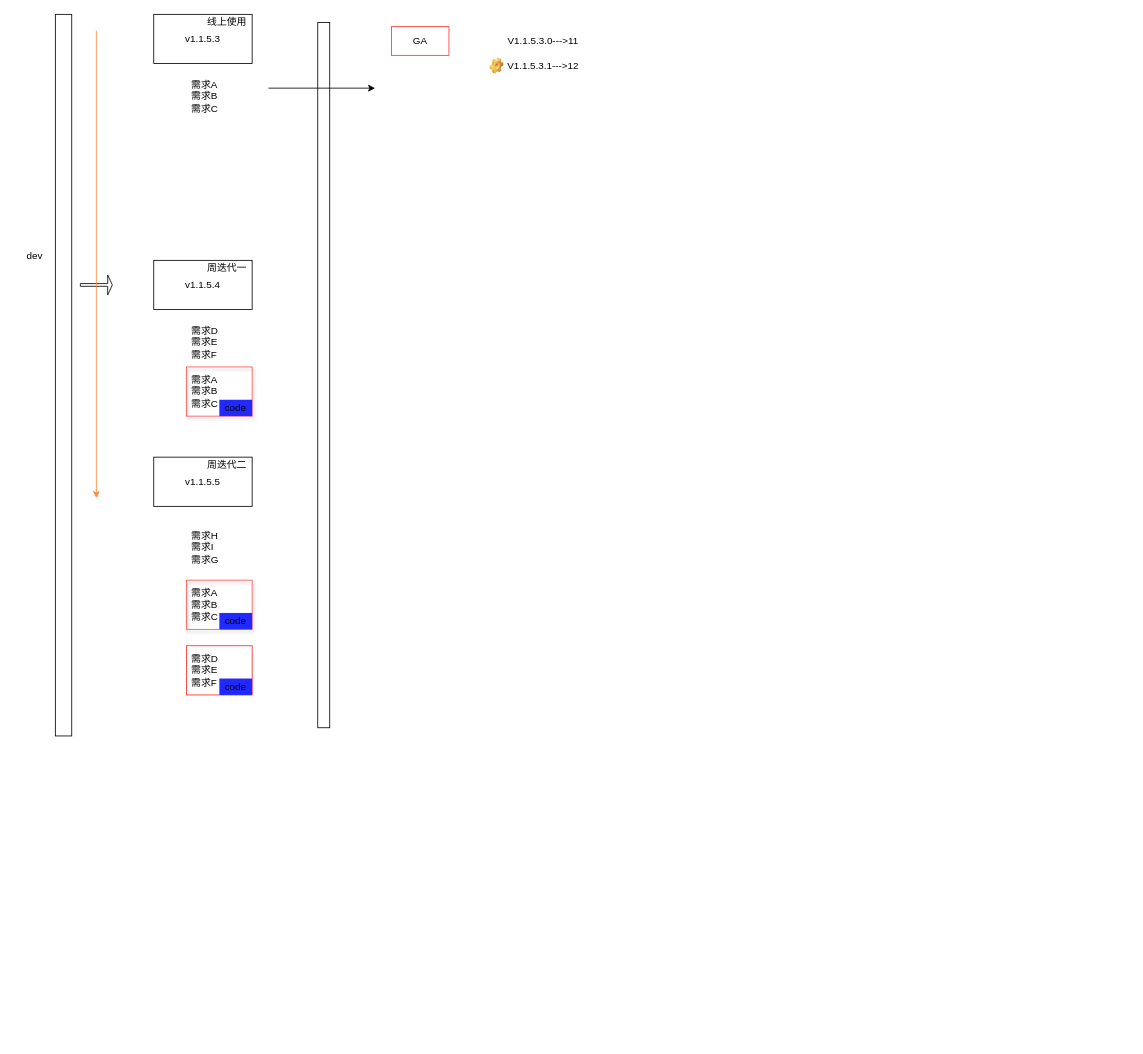
Earlier version of the draw.io diagram DML变更.drawio (Snuger/draw). Source tidied: cells renumbered, new cells numbered last; positions are measured from the earlier drawing's top-left corner, leaving out a move shared by most shapes. Both pictures are drawn from the tidied source at 82%, with x=0, y=0 at pixel (14, 14).
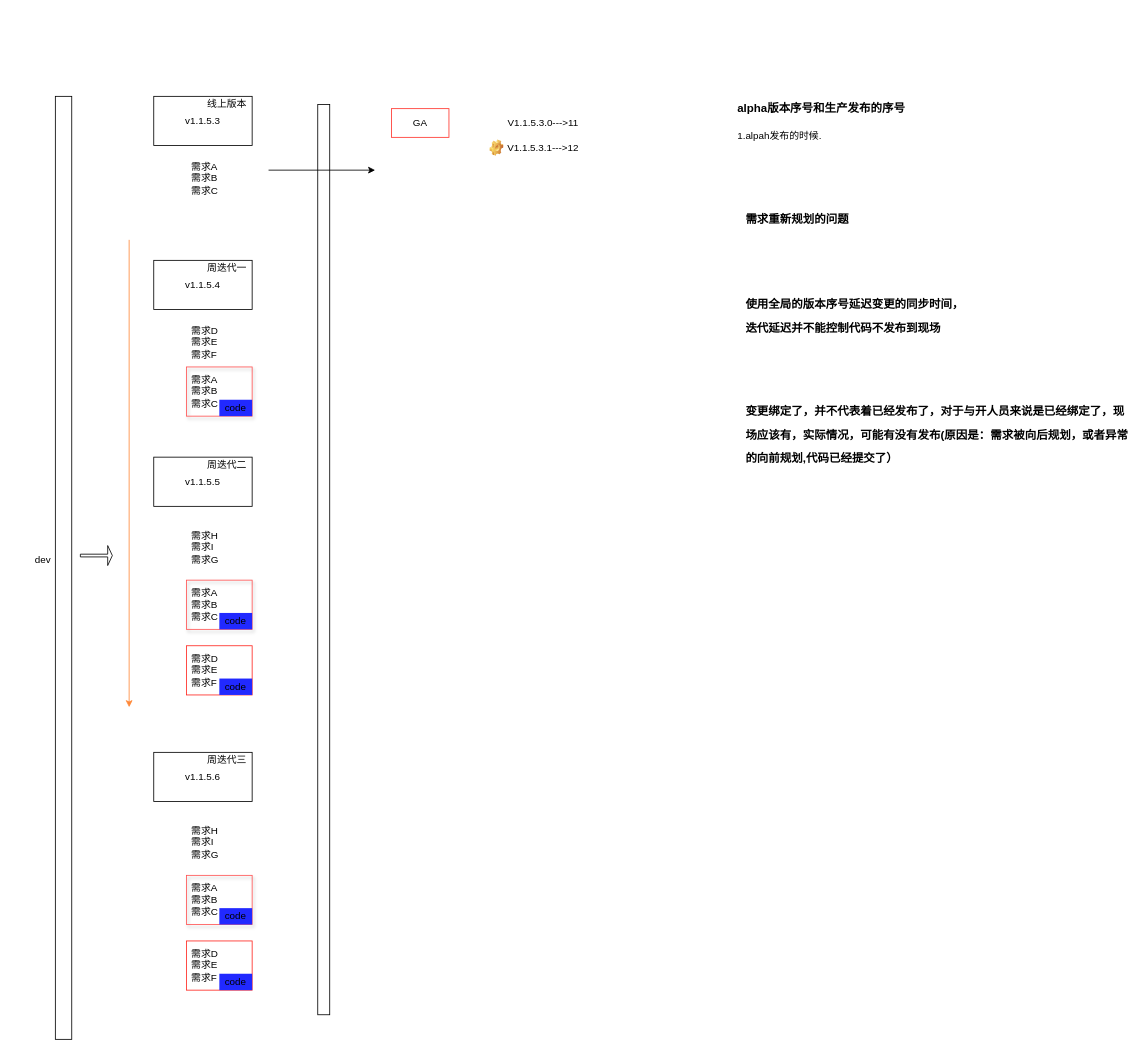
The same diagram, later.

Change to the diagram source:
```diff
@@
     <mxCell id="2" style="rounded=0;whiteSpace=wrap;html=1;" parent="1" vertex="1">
-      <mxGeometry x="50" width="20" height="880" as="geometry" />
+      <mxGeometry x="50" y="100" width="20" height="1150" as="geometry" />
     </mxCell>
     <mxCell id="3" value="dev" style="text;html=1;align=center;verticalAlign=middle;whiteSpace=wrap;rounded=0;" parent="1" vertex="1">
-      <mxGeometry y="280" width="50" height="30" as="geometry" />
+      <mxGeometry x="10" y="650" width="50" height="30" as="geometry" />
     </mxCell>
     <mxCell id="4" style="shape=flexArrow;endArrow=classic;html=1;rounded=0;width=3.3333333333333335;endSize=1.5583333333333336;" parent="1" edge="1">
       <mxGeometry relative="1" as="geometry">
-        <mxPoint x="80" y="330" as="sourcePoint" />
-        <mxPoint x="120" y="330" as="targetPoint" />
+        <mxPoint x="80" y="660" as="sourcePoint" />
+        <mxPoint x="120" y="660" as="targetPoint" />
       </mxGeometry>
     </mxCell>
     <mxCell id="5" value="v1.1.5.3" style="rounded=0;whiteSpace=wrap;html=1;" parent="1" vertex="1">
-      <mxGeometry x="170" width="120" height="60" as="geometry" />
+      <mxGeometry x="170" y="100" width="120" height="60" as="geometry" />
     </mxCell>
@@
-    <mxCell id="8" value="线上使用" style="text;html=1;align=center;verticalAlign=middle;whiteSpace=wrap;rounded=0;" parent="1" vertex="1">
-      <mxGeometry x="229" width="61" height="20" as="geometry" />
+    <mxCell id="8" value="线上版本" style="text;html=1;align=center;verticalAlign=middle;whiteSpace=wrap;rounded=0;" parent="1" vertex="1">
+      <mxGeometry x="229" y="100" width="61" height="20" as="geometry" />
     </mxCell>
@@
     <mxCell id="11" style="rounded=0;whiteSpace=wrap;html=1;" parent="1" vertex="1">
-      <mxGeometry x="370" y="10" width="14.6" height="860" as="geometry" />
+      <mxGeometry x="370" y="110" width="14.6" height="1110" as="geometry" />
     </mxCell>
     <mxCell id="12" value="需求A&lt;div&gt;需求B&lt;/div&gt;&lt;div&gt;需求C&lt;/div&gt;" style="text;strokeColor=none;fillColor=none;align=left;verticalAlign=middle;spacingLeft=4;spacingRight=4;overflow=hidden;whiteSpace=wrap;html=1;" parent="1" vertex="1">
-      <mxGeometry x="210" y="70" width="80" height="60" as="geometry" />
+      <mxGeometry x="210" y="170" width="80" height="60" as="geometry" />
     </mxCell>
     <mxCell id="13" style="endArrow=classic;html=1;rounded=0;" parent="1" edge="1">
       <mxGeometry relative="1" as="geometry">
-        <mxPoint x="310" y="90" as="sourcePoint" />
-        <mxPoint x="440" y="90" as="targetPoint" />
+        <mxPoint x="310" y="190" as="sourcePoint" />
+        <mxPoint x="440" y="190" as="targetPoint" />
       </mxGeometry>
     </mxCell>
     <mxCell id="14" value="GA" style="text;html=1;align=center;verticalAlign=middle;whiteSpace=wrap;rounded=0;shadow=0;strokeColor=#FF322B;" parent="1" vertex="1">
-      <mxGeometry x="460" y="15" width="70" height="35" as="geometry" />
+      <mxGeometry x="460" y="115" width="70" height="35" as="geometry" />
     </mxCell>
     <mxCell id="15" value="V1.1.5.3.0---&amp;gt;11" style="text;html=1;align=center;verticalAlign=middle;whiteSpace=wrap;rounded=0;" parent="1" vertex="1">
-      <mxGeometry x="550" y="18" width="190" height="30" as="geometry" />
+      <mxGeometry x="550" y="118" width="190" height="30" as="geometry" />
     </mxCell>
@@
     <mxCell id="19" style="endArrow=classic;html=1;rounded=0;fillColor=#FF4530;strokeColor=#FF8838;" parent="1" edge="1">
       <mxGeometry relative="1" as="geometry">
-        <mxPoint x="100" y="20" as="sourcePoint" />
-        <mxPoint x="100" y="590" as="targetPoint" />
+        <mxPoint x="140" y="275" as="sourcePoint" />
+        <mxPoint x="140" y="845" as="targetPoint" />
       </mxGeometry>
     </mxCell>
@@
     <mxCell id="25" value="V1.1.5.3.1---&amp;gt;12" style="text;html=1;align=center;verticalAlign=middle;whiteSpace=wrap;rounded=0;" parent="1" vertex="1">
-      <mxGeometry x="550" y="48" width="190" height="30" as="geometry" />
+      <mxGeometry x="550" y="148" width="190" height="30" as="geometry" />
     </mxCell>
     <mxCell id="26" style="shape=image;html=1;verticalLabelPosition=bottom;verticalAlign=top;imageAspect=0;image=img/clipart/Gear_128x128.png;" parent="1" vertex="1">
-      <mxGeometry x="580" y="53" width="16.7" height="20" as="geometry" />
+      <mxGeometry x="580" y="153" width="16.7" height="20" as="geometry" />
     </mxCell>
+    <mxCell id="27" value="&lt;h1 style=&quot;margin-top: 0px;&quot;&gt;&lt;span style=&quot;font-size: 14px;&quot;&gt;alpha版本序号和生产发布的序号&lt;/span&gt;&lt;/h1&gt;&lt;p&gt;1.alpah发布的时候.&lt;/p&gt;" style="text;html=1;whiteSpace=wrap;overflow=hidden;rounded=0;" parent="1" vertex="1">
+      <mxGeometry x="880" y="90" width="320" height="120" as="geometry" />
+    </mxCell>
+    <mxCell id="28" value="v1.1.5.6" style="rounded=0;whiteSpace=wrap;html=1;" parent="1" vertex="1">
+      <mxGeometry x="170" y="900" width="120" height="60" as="geometry" />
+    </mxCell>
+    <mxCell id="29" value="周迭代三" style="text;html=1;align=center;verticalAlign=middle;whiteSpace=wrap;rounded=0;" parent="1" vertex="1">
+      <mxGeometry x="229" y="900" width="61" height="20" as="geometry" />
+    </mxCell>
+    <mxCell id="30" value="需求H&lt;br&gt;&lt;div&gt;需求I&lt;/div&gt;&lt;div&gt;&lt;span style=&quot;background-color: initial;&quot;&gt;需求G&lt;/span&gt;&lt;/div&gt;" style="text;strokeColor=none;fillColor=none;align=left;verticalAlign=middle;spacingLeft=4;spacingRight=4;overflow=hidden;whiteSpace=wrap;html=1;" parent="1" vertex="1">
+      <mxGeometry x="210" y="980" width="80" height="60" as="geometry" />
+    </mxCell>
+    <mxCell id="31" value="需求A&lt;div&gt;需求B&lt;/div&gt;&lt;div&gt;需求C&lt;/div&gt;" style="text;strokeColor=#FF5252;fillColor=none;align=left;verticalAlign=middle;spacingLeft=4;spacingRight=4;overflow=hidden;whiteSpace=wrap;html=1;shadow=1;" parent="1" vertex="1">
+      <mxGeometry x="210" y="1050" width="80" height="60" as="geometry" />
+    </mxCell>
+    <mxCell id="32" value="需求D&lt;div&gt;需求E&lt;/div&gt;&lt;div&gt;需求F&lt;/div&gt;" style="text;strokeColor=#FF261F;fillColor=none;align=left;verticalAlign=middle;spacingLeft=4;spacingRight=4;overflow=hidden;whiteSpace=wrap;html=1;" parent="1" vertex="1">
+      <mxGeometry x="210" y="1130" width="80" height="60" as="geometry" />
+    </mxCell>
+    <mxCell id="33" value="code" style="text;html=1;align=center;verticalAlign=middle;whiteSpace=wrap;rounded=0;fillColor=#2129FF;color=#000;" parent="1" vertex="1">
+      <mxGeometry x="250" y="1090" width="40" height="20" as="geometry" />
+    </mxCell>
+    <mxCell id="34" value="code" style="text;html=1;align=center;verticalAlign=middle;whiteSpace=wrap;rounded=0;fillColor=#2129FF;color=#000;" parent="1" vertex="1">
+      <mxGeometry x="250" y="1170" width="40" height="20" as="geometry" />
+    </mxCell>
+    <mxCell id="35" value="&lt;h1 style=&quot;margin-top: 0px;&quot;&gt;&lt;span style=&quot;font-size: 14px;&quot;&gt;需求重新规划的问题&lt;/span&gt;&lt;/h1&gt;" style="text;html=1;whiteSpace=wrap;overflow=hidden;rounded=0;" parent="1" vertex="1">
+      <mxGeometry x="890" y="226" width="320" height="60" as="geometry" />
+    </mxCell>
+    <mxCell id="36" value="&lt;h1 style=&quot;margin-top: 0px;&quot;&gt;&lt;span style=&quot;font-size: 14px;&quot;&gt;使用全局的版本序号延迟变更的同步时间，&lt;br&gt;迭代延迟并不能控制代码不发布到现场&lt;/span&gt;&lt;/h1&gt;" style="text;html=1;whiteSpace=wrap;overflow=hidden;rounded=0;" parent="1" vertex="1">
+      <mxGeometry x="890" y="330" width="320" height="60" as="geometry" />
+    </mxCell>
+    <mxCell id="37" value="&lt;h1 style=&quot;margin-top: 0px;&quot;&gt;&lt;span style=&quot;font-size: 14px;&quot;&gt;变更绑定了，并不代表着已经发布了，对于与开人员来说是已经绑定了，现场应该有，实际情况，可能有没有发布(原因是：需求被向后规划，或者异常的向前规划,代码已经提交了）&lt;/span&gt;&lt;/h1&gt;" style="text;html=1;whiteSpace=wrap;overflow=hidden;rounded=0;" parent="1" vertex="1">
+      <mxGeometry x="890" y="460" width="470" height="100" as="geometry" />
+    </mxCell>
```
